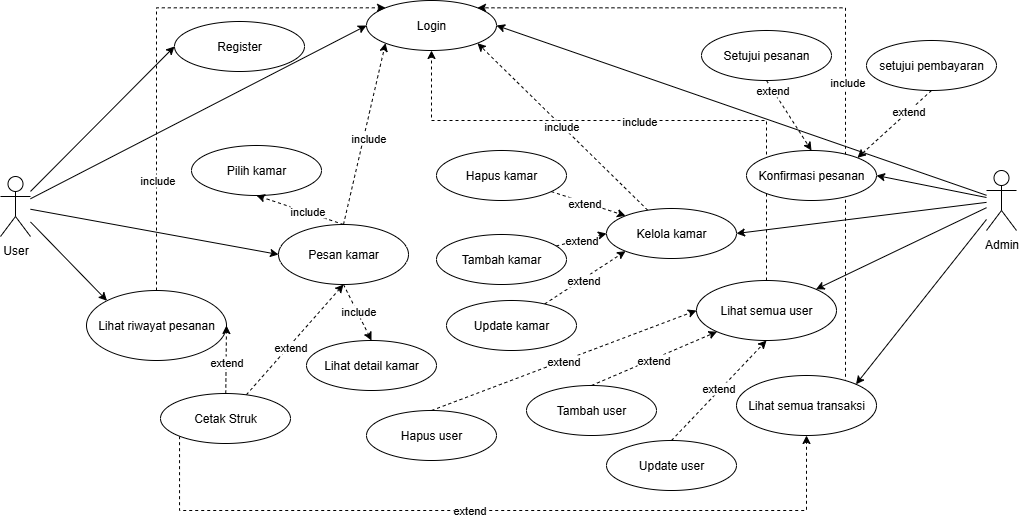
The draw.io diagram uml/use-case-tiket-hotel.png in contributor404/ukk, before a commit. Source tidied: cells renumbered, new cells last; positions are measured from the earlier drawing's top-left corner, leaving out a move shared by most shapes.
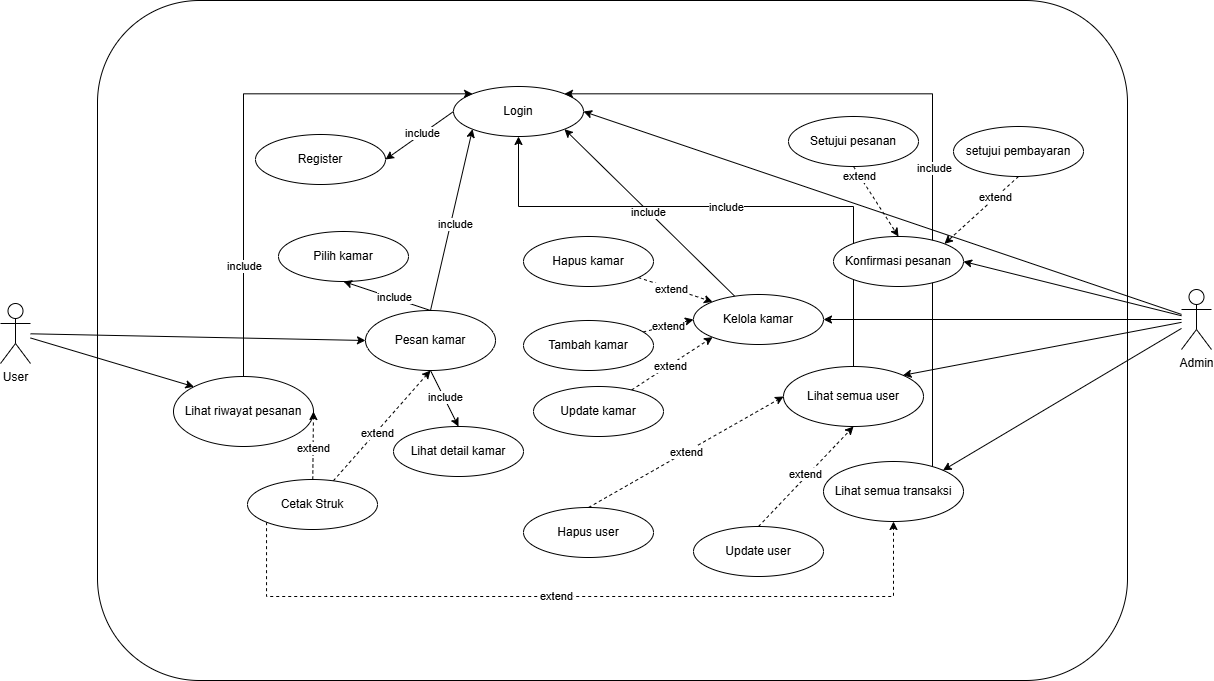
Later version of the same file.

What changed in the source:
```diff
@@ -2,12 +2,9 @@
   <root>
     <mxCell id="0" />
     <mxCell id="1" parent="0" />
-    <mxCell id="2" style="rounded=0;jettySize=auto;html=1;entryX=0;entryY=0.5;entryDx=0;entryDy=0;" parent="1" edge="1" source="6" target="7">
-      <mxGeometry relative="1" as="geometry" />
-    </mxCell>
-    <mxCell id="3" style="rounded=0;jettySize=auto;html=1;entryX=0;entryY=0.5;entryDx=0;entryDy=0;" parent="1" edge="1" source="6" target="8">
-      <mxGeometry relative="1" as="geometry" />
-    </mxCell>
+    <mxCell id="68" style="rounded=1;whiteSpace=wrap;html=1;fillColor=none;" parent="1" vertex="1">
+      <mxGeometry x="10" y="-86" width="1030" height="680" as="geometry" />
+    </mxCell>
     <mxCell id="4" style="edgeStyle=none;rounded=0;jettySize=auto;html=1;entryX=0;entryY=0;entryDx=0;entryDy=0;" parent="1" edge="1" source="6" target="19">
       <mxGeometry relative="1" as="geometry" />
     </mxCell>
@@ -15,30 +12,36 @@
       <mxGeometry relative="1" as="geometry" />
     </mxCell>
     <mxCell id="6" value="User" style="shape=umlActor;verticalLabelPosition=bottom;verticalAlign=top;html=1;outlineConnect=0;" parent="1" vertex="1">
-      <mxGeometry y="176" width="30" height="60" as="geometry" />
+      <mxGeometry x="-87" y="217" width="30" height="60" as="geometry" />
     </mxCell>
+    <mxCell id="69" style="rounded=0;jettySize=auto;html=1;exitX=0;exitY=0.5;exitDx=0;exitDy=0;entryX=1;entryY=0.5;entryDx=0;entryDy=0;" parent="1" edge="1" source="7" target="8">
+      <mxGeometry relative="1" as="geometry" />
+    </mxCell>
+    <mxCell id="70" value="include" style="edgeLabel;html=1;align=center;verticalAlign=middle;" parent="69" vertex="1">
+      <mxGeometry x="-0.08" relative="1" as="geometry" />
+    </mxCell>
     <mxCell id="7" value="Login" style="ellipse;whiteSpace=wrap;html=1;" parent="1" vertex="1">
       <mxGeometry x="366" width="130" height="50" as="geometry" />
     </mxCell>
     <mxCell id="8" value="Register" style="ellipse;whiteSpace=wrap;html=1;" parent="1" vertex="1">
-      <mxGeometry x="174" y="21" width="130" height="50" as="geometry" />
+      <mxGeometry x="168" y="48" width="130" height="50" as="geometry" />
     </mxCell>
     <mxCell id="9" value="Pilih kamar" style="ellipse;whiteSpace=wrap;html=1;" parent="1" vertex="1">
       <mxGeometry x="191" y="145" width="130" height="50" as="geometry" />
     </mxCell>
-    <mxCell id="10" style="edgeStyle=none;rounded=0;jettySize=auto;html=1;entryX=0;entryY=1;entryDx=0;entryDy=0;dashed=1;exitX=0.5;exitY=0;exitDx=0;exitDy=0;" parent="1" edge="1" source="16" target="7">
+    <mxCell id="10" style="edgeStyle=none;rounded=0;jettySize=auto;html=1;entryX=0;entryY=1;entryDx=0;entryDy=0;exitX=0.5;exitY=0;exitDx=0;exitDy=0;" parent="1" edge="1" source="16" target="7">
       <mxGeometry relative="1" as="geometry" />
     </mxCell>
     <mxCell id="11" value="include" style="edgeLabel;html=1;align=center;verticalAlign=middle;" parent="10" vertex="1">
       <mxGeometry x="-0.03" y="-4" relative="1" as="geometry" />
     </mxCell>
-    <mxCell id="12" style="edgeStyle=none;rounded=0;jettySize=auto;html=1;exitX=0.5;exitY=0;exitDx=0;exitDy=0;entryX=0.5;entryY=1;entryDx=0;entryDy=0;dashed=1;" parent="1" edge="1" source="16" target="9">
+    <mxCell id="12" style="edgeStyle=none;rounded=0;jettySize=auto;html=1;exitX=0.5;exitY=0;exitDx=0;exitDy=0;entryX=0.5;entryY=1;entryDx=0;entryDy=0;" parent="1" edge="1" source="16" target="9">
       <mxGeometry relative="1" as="geometry" />
     </mxCell>
     <mxCell id="13" value="include" style="edgeLabel;html=1;align=center;verticalAlign=middle;" parent="12" vertex="1">
       <mxGeometry x="-0.15" y="-1" relative="1" as="geometry" />
     </mxCell>
-    <mxCell id="14" style="edgeStyle=none;rounded=0;jettySize=auto;html=1;exitX=0.5;exitY=1;exitDx=0;exitDy=0;entryX=0.5;entryY=0;entryDx=0;entryDy=0;dashed=1;" parent="1" edge="1" source="16" target="67">
+    <mxCell id="14" style="edgeStyle=none;rounded=0;jettySize=auto;html=1;exitX=0.5;exitY=1;exitDx=0;exitDy=0;entryX=0.5;entryY=0;entryDx=0;entryDy=0;" parent="1" edge="1" source="16" target="67">
       <mxGeometry relative="1" as="geometry" />
     </mxCell>
     <mxCell id="15" value="include" style="edgeLabel;html=1;align=center;verticalAlign=middle;" parent="14" vertex="1">
@@ -49,7 +52,7 @@
     <mxCell id="16" value="Pesan kamar" style="ellipse;whiteSpace=wrap;html=1;" parent="1" vertex="1">
       <mxGeometry x="278" y="224" width="130" height="60" as="geometry" />
     </mxCell>
-    <mxCell id="17" style="edgeStyle=elbowEdgeStyle;rounded=0;jettySize=auto;html=1;entryX=0;entryY=0;entryDx=0;entryDy=0;dashed=1;exitX=0.5;exitY=0;exitDx=0;exitDy=0;" parent="1" edge="1" source="19" target="7">
+    <mxCell id="17" style="edgeStyle=elbowEdgeStyle;rounded=0;jettySize=auto;html=1;entryX=0;entryY=0;entryDx=0;entryDy=0;exitX=0.5;exitY=0;exitDx=0;exitDy=0;" parent="1" edge="1" source="19" target="7">
       <mxGeometry relative="1" as="geometry">
         <Array as="points">
           <mxPoint x="156" y="160" />
@@ -80,9 +83,9 @@
       <mxGeometry relative="1" as="geometry" />
     </mxCell>
     <mxCell id="25" value="Admin" style="shape=umlActor;verticalLabelPosition=bottom;verticalAlign=top;html=1;outlineConnect=0;" parent="1" vertex="1">
-      <mxGeometry x="986" y="170" width="30" height="60" as="geometry" />
+      <mxGeometry x="1094" y="203" width="30" height="60" as="geometry" />
     </mxCell>
-    <mxCell id="26" style="edgeStyle=none;rounded=0;jettySize=auto;html=1;entryX=1;entryY=1;entryDx=0;entryDy=0;dashed=1;" parent="1" edge="1" source="28" target="7">
+    <mxCell id="26" style="edgeStyle=none;rounded=0;jettySize=auto;html=1;entryX=1;entryY=1;entryDx=0;entryDy=0;" parent="1" edge="1" source="28" target="7">
       <mxGeometry relative="1" as="geometry" />
     </mxCell>
     <mxCell id="27" value="include" style="edgeLabel;html=1;align=center;verticalAlign=middle;" parent="26" vertex="1">
@@ -91,7 +94,7 @@
     <mxCell id="28" value="Kelola kamar" style="ellipse;whiteSpace=wrap;html=1;" parent="1" vertex="1">
       <mxGeometry x="606" y="208" width="130" height="50" as="geometry" />
     </mxCell>
-    <mxCell id="29" style="edgeStyle=elbowEdgeStyle;rounded=0;jettySize=auto;html=1;exitX=1;exitY=0;exitDx=0;exitDy=0;entryX=1;entryY=0;entryDx=0;entryDy=0;dashed=1;" parent="1" edge="1" source="33" target="7">
+    <mxCell id="29" style="edgeStyle=elbowEdgeStyle;rounded=0;jettySize=auto;html=1;exitX=1;exitY=0;exitDx=0;exitDy=0;entryX=1;entryY=0;entryDx=0;entryDy=0;" parent="1" edge="1" source="33" target="7">
       <mxGeometry relative="1" as="geometry">
         <Array as="points">
           <mxPoint x="845" y="210" />
@@ -160,7 +163,7 @@
     <mxCell id="47" value="Update kamar" style="ellipse;whiteSpace=wrap;html=1;" parent="1" vertex="1">
       <mxGeometry x="446" y="300" width="130" height="50" as="geometry" />
     </mxCell>
-    <mxCell id="48" style="edgeStyle=elbowEdgeStyle;rounded=0;jettySize=auto;html=1;entryX=0.5;entryY=1;entryDx=0;entryDy=0;exitX=0.5;exitY=0;exitDx=0;exitDy=0;elbow=vertical;dashed=1;" parent="1" edge="1" source="50" target="7">
+    <mxCell id="48" style="edgeStyle=elbowEdgeStyle;rounded=0;jettySize=auto;html=1;entryX=0.5;entryY=1;entryDx=0;entryDy=0;exitX=0.5;exitY=0;exitDx=0;exitDy=0;elbow=vertical;" parent="1" edge="1" source="50" target="7">
       <mxGeometry relative="1" as="geometry">
         <Array as="points">
           <mxPoint x="626" y="120" />
@@ -184,15 +187,6 @@
     <mxCell id="53" value="Update user" style="ellipse;whiteSpace=wrap;html=1;" parent="1" vertex="1">
       <mxGeometry x="606" y="440" width="130" height="50" as="geometry" />
     </mxCell>
-    <mxCell id="54" style="edgeStyle=none;rounded=0;jettySize=auto;html=1;exitX=0.5;exitY=0;exitDx=0;exitDy=0;entryX=0;entryY=1;entryDx=0;entryDy=0;dashed=1;" parent="1" edge="1" source="56" target="50">
-      <mxGeometry relative="1" as="geometry" />
-    </mxCell>
-    <mxCell id="55" value="extend" style="edgeLabel;html=1;align=center;verticalAlign=middle;" parent="54" vertex="1">
-      <mxGeometry x="-0.02" y="-1" relative="1" as="geometry" />
-    </mxCell>
-    <mxCell id="56" value="Tambah user" style="ellipse;whiteSpace=wrap;html=1;" parent="1" vertex="1">
-      <mxGeometry x="526" y="385" width="130" height="50" as="geometry" />
-    </mxCell>
     <mxCell id="57" style="edgeStyle=none;rounded=0;jettySize=auto;html=1;exitX=0.5;exitY=0;exitDx=0;exitDy=0;entryX=0;entryY=0.5;entryDx=0;entryDy=0;dashed=1;" parent="1" edge="1" source="59" target="50">
       <mxGeometry relative="1" as="geometry" />
     </mxCell>
@@ -200,7 +194,7 @@
       <mxGeometry relative="1" as="geometry" />
     </mxCell>
     <mxCell id="59" value="Hapus user" style="ellipse;whiteSpace=wrap;html=1;" parent="1" vertex="1">
-      <mxGeometry x="366" y="410" width="130" height="50" as="geometry" />
+      <mxGeometry x="436" y="421" width="130" height="50" as="geometry" />
     </mxCell>
     <mxCell id="60" value="Konfirmasi pesanan" style="ellipse;whiteSpace=wrap;html=1;" parent="1" vertex="1">
       <mxGeometry x="746" y="150" width="130" height="50" as="geometry" />
```
